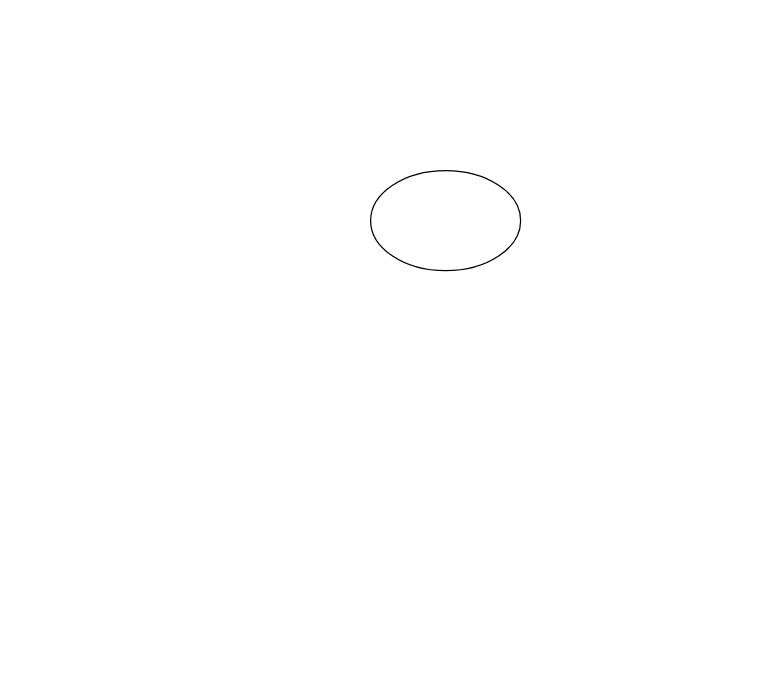
Above: File/未命名绘图.drawio in li4236/Draw.File (draw.io), before the change. Source tidied: cells renumbered, new cells numbered last; positions are measured from the earlier drawing's top-left corner, leaving out a move shared by most shapes. Both pictures are drawn from the tidied source at 125%, with x=0, y=0 at pixel (370, 170).
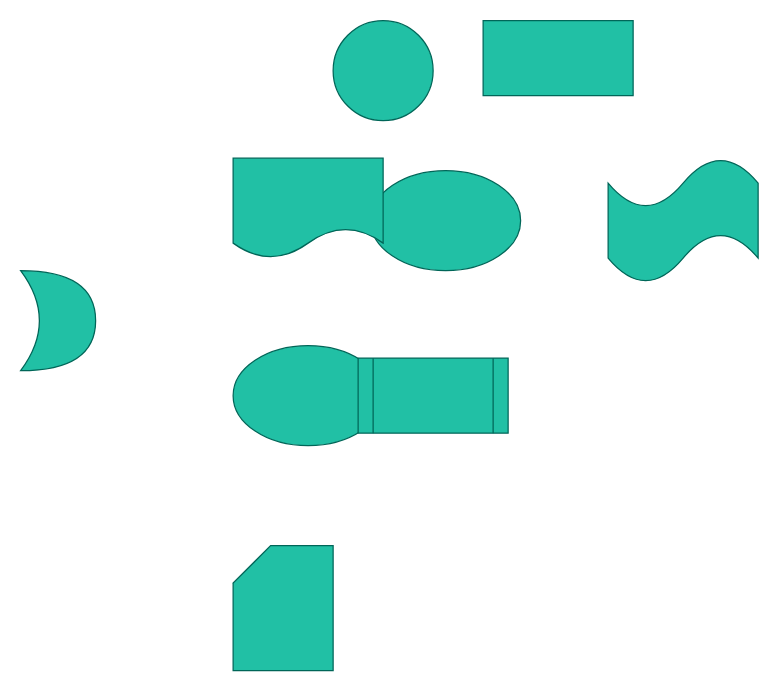
Above is the later version.

Commit message:
更新未命名绘图.drawio

The edit, as a diff of the source:
```diff
@@
 <mxGraphModel>
   <root>
     <mxCell id="0" />
     <mxCell id="1" parent="0" />
-    <mxCell id="2" style="ellipse;whiteSpace=wrap;html=1;" parent="1" vertex="1">
+    <mxCell id="2" style="ellipse;whiteSpace=wrap;html=1;fillColor=#21C0A5;strokeColor=#006658;fontColor=#5C5C5C;" parent="1" vertex="1">
       <mxGeometry width="120" height="80" as="geometry" />
     </mxCell>
+    <mxCell id="3" style="ellipse;whiteSpace=wrap;html=1;fillColor=#21C0A5;strokeColor=#006658;fontColor=#5C5C5C;" parent="1" vertex="1">
+      <mxGeometry x="-110" y="140" width="120" height="80" as="geometry" />
+    </mxCell>
+    <mxCell id="4" style="shape=tape;whiteSpace=wrap;html=1;fillColor=#21C0A5;strokeColor=#006658;fontColor=#5C5C5C;" parent="1" vertex="1">
+      <mxGeometry x="190" y="-10" width="120" height="100" as="geometry" />
+    </mxCell>
+    <mxCell id="5" style="shape=document;whiteSpace=wrap;html=1;boundedLbl=1;fillColor=#21C0A5;strokeColor=#006658;fontColor=#5C5C5C;" parent="1" vertex="1">
+      <mxGeometry x="-110" y="-10" width="120" height="80" as="geometry" />
+    </mxCell>
+    <mxCell id="6" style="shape=card;whiteSpace=wrap;html=1;fillColor=#21C0A5;strokeColor=#006658;fontColor=#5C5C5C;" parent="1" vertex="1">
+      <mxGeometry x="-110" y="300" width="80" height="100" as="geometry" />
+    </mxCell>
+    <mxCell id="7" style="ellipse;whiteSpace=wrap;html=1;fillColor=#21C0A5;strokeColor=#006658;fontColor=#5C5C5C;" parent="1" vertex="1">
+      <mxGeometry x="-30" y="-120" width="80" height="80" as="geometry" />
+    </mxCell>
+    <mxCell id="8" style="shape=process;whiteSpace=wrap;html=1;backgroundOutline=1;fillColor=#21C0A5;strokeColor=#006658;fontColor=#5C5C5C;" parent="1" vertex="1">
+      <mxGeometry x="-10" y="150" width="120" height="60" as="geometry" />
+    </mxCell>
+    <mxCell id="9" style="rounded=0;whiteSpace=wrap;html=1;fillColor=#21C0A5;strokeColor=#006658;fontColor=#5C5C5C;" parent="1" vertex="1">
+      <mxGeometry x="90" y="-120" width="120" height="60" as="geometry" />
+    </mxCell>
+    <mxCell id="10" style="shape=xor;whiteSpace=wrap;html=1;rounded=0;sketch=0;fontColor=#5C5C5C;strokeColor=#006658;fillColor=#21C0A5;" parent="1" vertex="1">
+      <mxGeometry x="-280" y="80" width="60" height="80" as="geometry" />
+    </mxCell>
   </root>
 </mxGraphModel>
```
